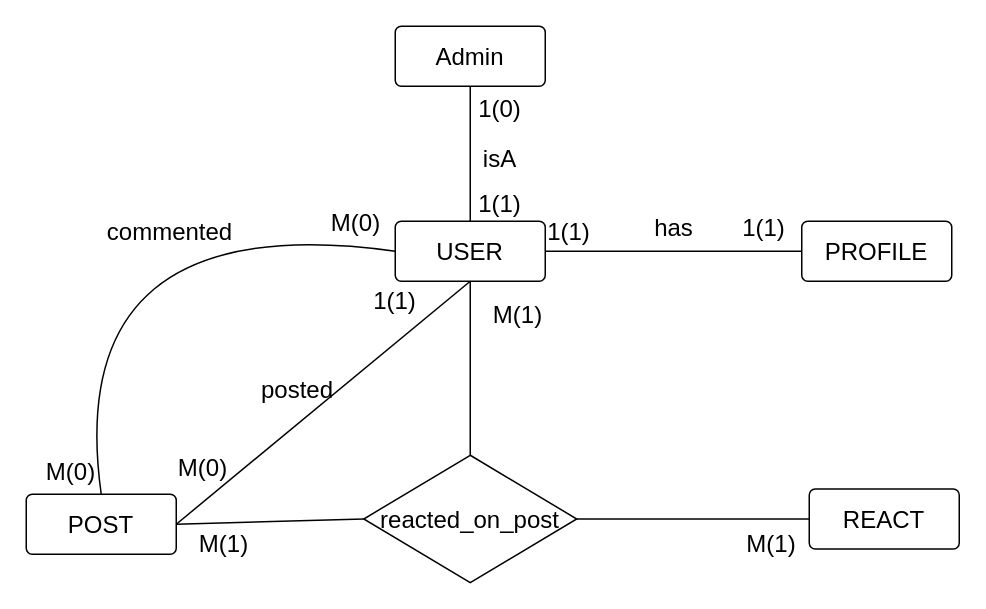
The draw.io diagram page "E/R Diagram" (1 of 2) of Final Project/Diagrama aspnet .drawio in Matoka26/ASP.NET, before the edit. Source tidied: cells renumbered, new cells numbered last; positions are measured from the earlier drawing's top-left corner, leaving out a move shared by most shapes. Both pictures are drawn from the tidied source at 150%, with x=0, y=0 at pixel (26, 26).
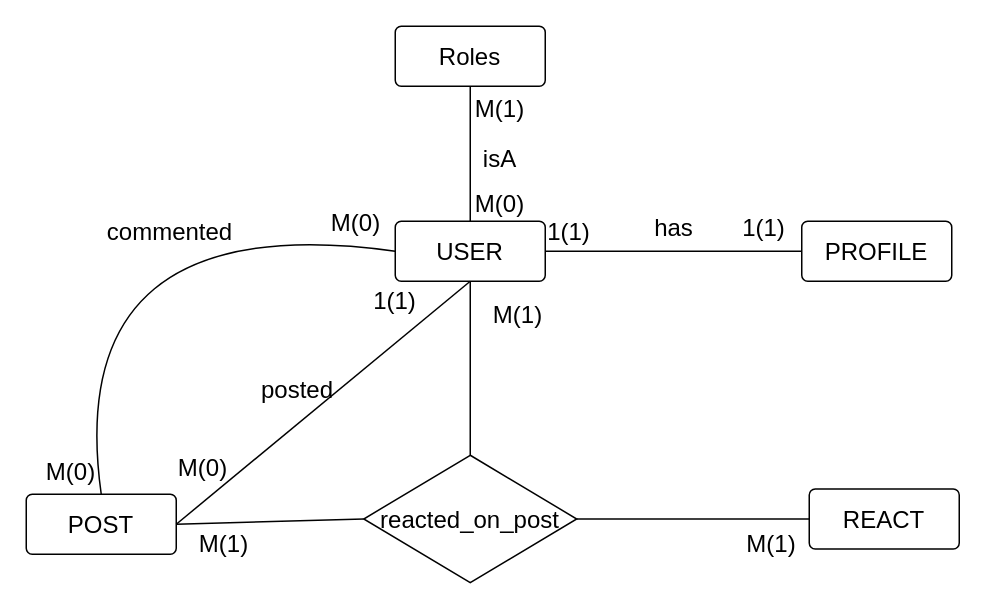
After the change.

Commit message (it also covers changes not shown here):
updated some logic on admin table

Diff of the diagram source:
```diff
@@
-    <mxCell id="26" value="Admin" style="rounded=1;arcSize=10;whiteSpace=wrap;html=1;align=center;fontSize=16;" parent="1" vertex="1">
+    <mxCell id="26" value="Roles" style="rounded=1;arcSize=10;whiteSpace=wrap;html=1;align=center;fontSize=16;" parent="1" vertex="1">
       <mxGeometry x="246" width="100" height="40" as="geometry" />
     </mxCell>
@@
-    <mxCell id="28" value="1(1)" style="text;html=1;strokeColor=none;fillColor=none;align=center;verticalAlign=middle;whiteSpace=wrap;rounded=0;fontSize=16;" parent="1" vertex="1">
+    <mxCell id="28" value="M(0)" style="text;html=1;strokeColor=none;fillColor=none;align=center;verticalAlign=middle;whiteSpace=wrap;rounded=0;fontSize=16;" parent="1" vertex="1">
       <mxGeometry x="286" y="103" width="60" height="30" as="geometry" />
     </mxCell>
-    <mxCell id="29" value="1(0)" style="text;html=1;strokeColor=none;fillColor=none;align=center;verticalAlign=middle;whiteSpace=wrap;rounded=0;fontSize=16;" parent="1" vertex="1">
+    <mxCell id="29" value="M(1)" style="text;html=1;strokeColor=none;fillColor=none;align=center;verticalAlign=middle;whiteSpace=wrap;rounded=0;fontSize=16;" parent="1" vertex="1">
       <mxGeometry x="286" y="40" width="60" height="30" as="geometry" />
     </mxCell>
```
